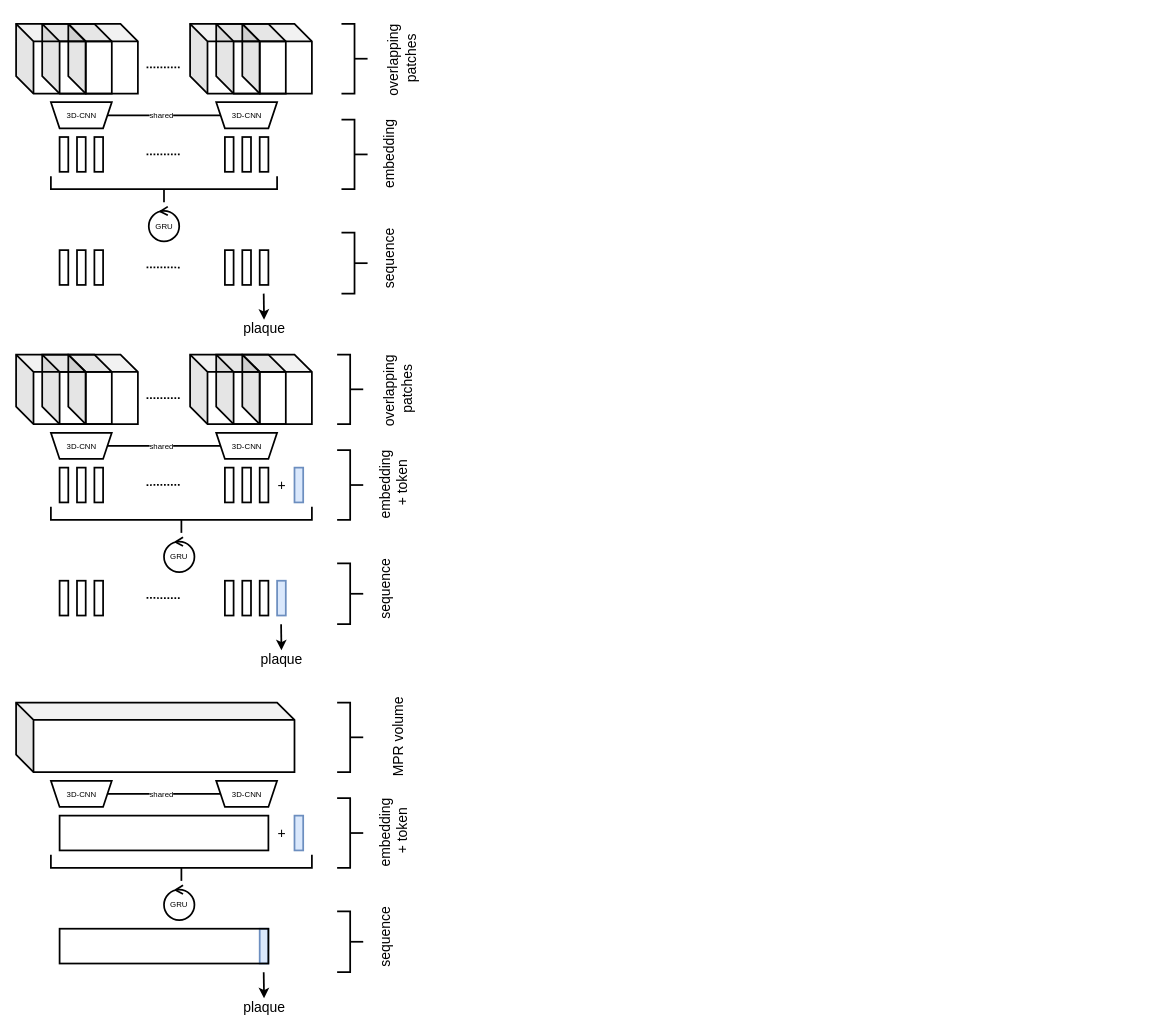
This is Plaque.drawio from marioviti/Graphs, a draw.io file, before an edit. Source tidied: cells renumbered, new cells numbered last; positions are measured from the earlier drawing's top-left corner, leaving out a move shared by most shapes. Both pictures are drawn from the tidied source at 87%, with x=0, y=0 at pixel (16, 23).
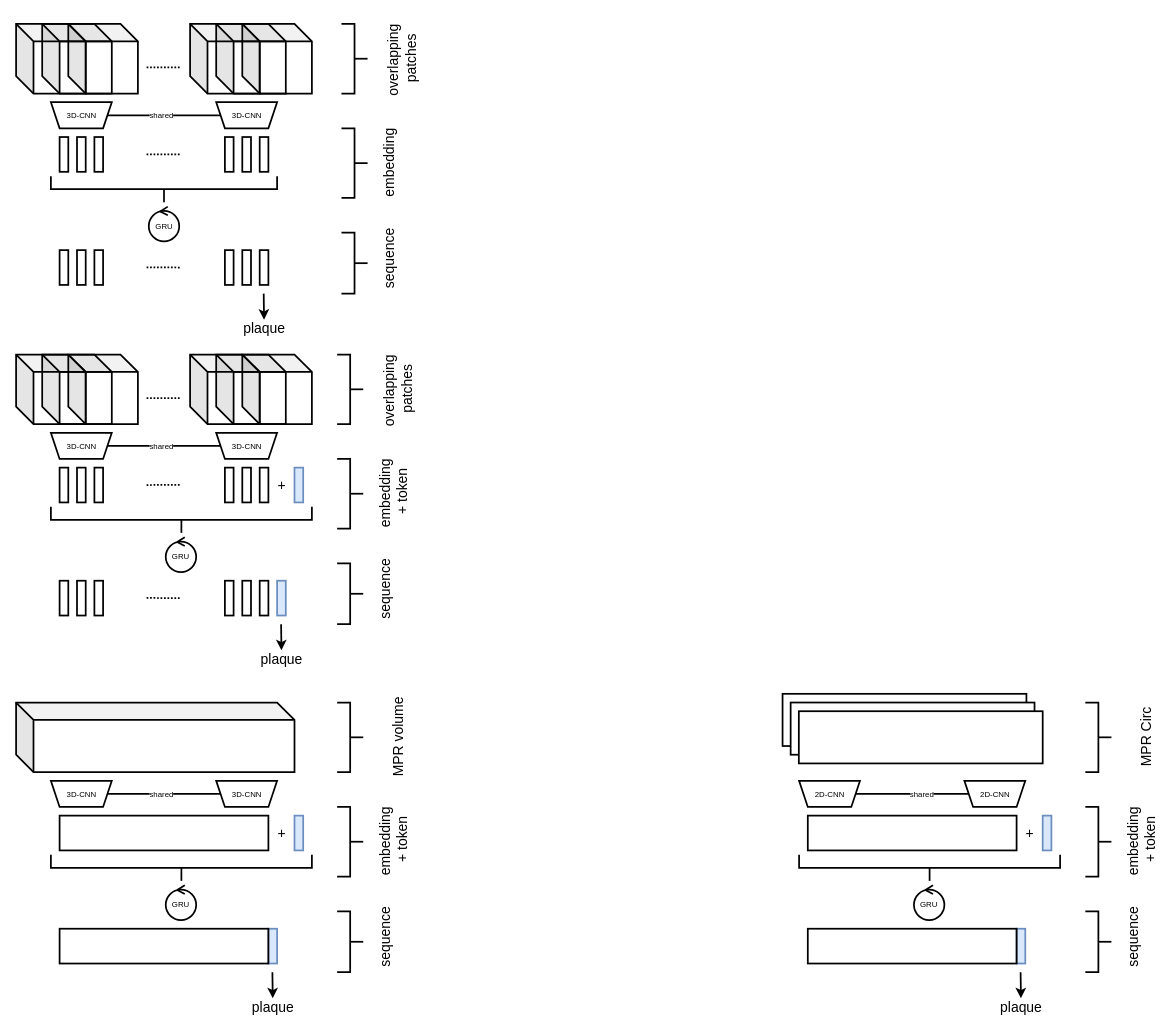
The same diagram, later.

Diff of the diagram source:
```diff
@@
     <mxCell id="19" value="GRU" style="ellipse;shape=umlControl;whiteSpace=wrap;html=1;fillColor=none;fontSize=9;strokeWidth=2;" parent="1" vertex="1">
-      <mxGeometry x="170" y="590" width="35" height="40" as="geometry" />
+      <mxGeometry x="172" y="590" width="35" height="40" as="geometry" />
     </mxCell>
@@
     <mxCell id="79" value="GRU" style="ellipse;shape=umlControl;whiteSpace=wrap;html=1;fillColor=none;fontSize=9;strokeWidth=2;" parent="1" vertex="1">
-      <mxGeometry x="170" y="990" width="35" height="40" as="geometry" />
+      <mxGeometry x="172" y="990" width="35" height="40" as="geometry" />
     </mxCell>
@@
     <mxCell id="84" value="plaque" style="text;html=1;align=center;verticalAlign=middle;strokeColor=none;fillColor=none;fontSize=16;" parent="1" vertex="1">
-      <mxGeometry x="255" y="1120" width="60" height="20" as="geometry" />
+      <mxGeometry x="265" y="1120" width="60" height="20" as="geometry" />
     </mxCell>
     <mxCell id="85" style="endArrow=classic;html=1;rounded=0;fontSize=16;strokeColor=#000000;strokeWidth=2;entryX=0.5;entryY=0;entryDx=0;entryDy=0;entryPerimeter=0;" parent="1" edge="1">
       <mxGeometry relative="1" as="geometry">
-        <mxPoint x="284.6" y="1090" as="sourcePoint" />
-        <mxPoint x="285" y="1120" as="targetPoint" />
+        <mxPoint x="294.6" y="1090" as="sourcePoint" />
+        <mxPoint x="295" y="1120" as="targetPoint" />
       </mxGeometry>
     </mxCell>
@@
     <mxCell id="87" style="rounded=0;whiteSpace=wrap;html=1;fillColor=#dae8fc;strokeWidth=2;strokeColor=#6c8ebf;" parent="1" vertex="1">
-      <mxGeometry x="280" y="1040" width="10" height="40" as="geometry" />
+      <mxGeometry x="290" y="1040" width="10" height="40" as="geometry" />
     </mxCell>
@@
     <mxCell id="91" value="embedding&lt;br&gt;&amp;nbsp;+ token" style="text;html=1;align=center;verticalAlign=middle;strokeColor=none;fillColor=none;fontSize=16;rotation=-90;" parent="1" vertex="1">
-      <mxGeometry x="389" y="510" width="90" height="40" as="geometry" />
+      <mxGeometry x="389" y="520" width="90" height="40" as="geometry" />
     </mxCell>
@@
     <mxCell id="94" style="strokeWidth=2;html=1;shape=mxgraph.flowchart.annotation_2;align=left;labelPosition=right;fontSize=16;fillColor=none;rotation=-180;" parent="1" vertex="1">
-      <mxGeometry x="369" y="490" width="30" height="80" as="geometry" />
+      <mxGeometry x="369" y="500" width="30" height="80" as="geometry" />
     </mxCell>
@@
     <mxCell id="97" value="embedding&lt;br&gt;&amp;nbsp;" style="text;html=1;align=center;verticalAlign=middle;strokeColor=none;fillColor=none;fontSize=16;rotation=-90;" parent="1" vertex="1">
-      <mxGeometry x="394" y="130" width="90" height="40" as="geometry" />
+      <mxGeometry x="394" y="140" width="90" height="40" as="geometry" />
     </mxCell>
@@
     <mxCell id="100" style="strokeWidth=2;html=1;shape=mxgraph.flowchart.annotation_2;align=left;labelPosition=right;fontSize=16;fillColor=none;rotation=-180;" parent="1" vertex="1">
-      <mxGeometry x="374" y="110" width="30" height="80" as="geometry" />
+      <mxGeometry x="374" y="120" width="30" height="80" as="geometry" />
     </mxCell>
@@
     <mxCell id="103" value="embedding&lt;br&gt;&amp;nbsp;+ token" style="text;html=1;align=center;verticalAlign=middle;strokeColor=none;fillColor=none;fontSize=16;rotation=-90;" parent="1" vertex="1">
-      <mxGeometry x="389" y="910" width="90" height="40" as="geometry" />
+      <mxGeometry x="389" y="920" width="90" height="40" as="geometry" />
     </mxCell>
@@
     <mxCell id="106" style="strokeWidth=2;html=1;shape=mxgraph.flowchart.annotation_2;align=left;labelPosition=right;fontSize=16;fillColor=none;rotation=-180;" parent="1" vertex="1">
-      <mxGeometry x="369" y="890" width="30" height="80" as="geometry" />
+      <mxGeometry x="369" y="900" width="30" height="80" as="geometry" />
     </mxCell>
@@
+    <mxCell id="108" style="group;fontSize=9;strokeWidth=2;" parent="1" vertex="1">
+      <mxGeometry x="900" y="870" width="80" height="30" as="geometry" />
+    </mxCell>
+    <mxCell id="109" style="shape=trapezoid;perimeter=trapezoidPerimeter;whiteSpace=wrap;html=1;fixedSize=1;fillColor=none;rotation=-180;size=10;strokeWidth=2;" parent="108" vertex="1">
+      <mxGeometry width="70" height="30" as="geometry" />
+    </mxCell>
+    <mxCell id="110" value="&lt;font style=&quot;font-size: 9px&quot;&gt;2D-CNN&lt;/font&gt;" style="text;html=1;align=center;verticalAlign=middle;strokeColor=none;fillColor=none;" parent="108" vertex="1">
+      <mxGeometry x="10" y="5" width="50" height="20" as="geometry" />
+    </mxCell>
+    <mxCell id="111" style="group;fontSize=9;strokeWidth=2;" parent="1" vertex="1">
+      <mxGeometry x="1090" y="870" width="70" height="30" as="geometry" />
+    </mxCell>
+    <mxCell id="112" style="shape=trapezoid;perimeter=trapezoidPerimeter;whiteSpace=wrap;html=1;fixedSize=1;fillColor=none;rotation=-180;size=10;strokeWidth=2;" parent="111" vertex="1">
+      <mxGeometry width="70" height="30" as="geometry" />
+    </mxCell>
+    <mxCell id="113" value="&lt;font style=&quot;font-size: 9px&quot;&gt;2D-CNN&lt;/font&gt;" style="text;html=1;align=center;verticalAlign=middle;strokeColor=none;fillColor=none;" parent="111" vertex="1">
+      <mxGeometry x="10.1" y="5" width="50" height="20" as="geometry" />
+    </mxCell>
+    <mxCell id="114" value="GRU" style="ellipse;shape=umlControl;whiteSpace=wrap;html=1;fillColor=none;fontSize=9;strokeWidth=2;" parent="1" vertex="1">
+      <mxGeometry x="1032" y="990" width="35" height="40" as="geometry" />
+    </mxCell>
+    <mxCell id="115" style="rounded=0;whiteSpace=wrap;html=1;fillColor=none;strokeWidth=2;" parent="1" vertex="1">
+      <mxGeometry x="910" y="910" width="240" height="40" as="geometry" />
+    </mxCell>
+    <mxCell id="116" style="edgeStyle=orthogonalEdgeStyle;rounded=0;jettySize=auto;html=1;exitX=0;exitY=0.5;exitDx=0;exitDy=0;entryX=1;entryY=0.5;entryDx=0;entryDy=0;fontSize=9;endArrow=none;endFill=0;strokeWidth=2;" parent="1" edge="1" source="109" target="112">
+      <mxGeometry relative="1" as="geometry" />
+    </mxCell>
+    <mxCell id="117" value="shared" style="edgeLabel;html=1;align=center;verticalAlign=middle;fontSize=9;" parent="116" vertex="1">
+      <mxGeometry x="-0.3" y="2" relative="1" as="geometry">
+        <mxPoint x="29" y="2" as="offset" />
+      </mxGeometry>
+    </mxCell>
+    <mxCell id="118" style="strokeWidth=2;html=1;shape=mxgraph.flowchart.annotation_2;align=left;labelPosition=right;fontSize=16;fillColor=none;rotation=-90;" parent="1" vertex="1">
+      <mxGeometry x="1035" y="820" width="30" height="300" as="geometry" />
+    </mxCell>
+    <mxCell id="119" value="plaque" style="text;html=1;align=center;verticalAlign=middle;strokeColor=none;fillColor=none;fontSize=16;" parent="1" vertex="1">
+      <mxGeometry x="1125" y="1120" width="60" height="20" as="geometry" />
+    </mxCell>
+    <mxCell id="120" style="endArrow=classic;html=1;rounded=0;fontSize=16;strokeColor=#000000;strokeWidth=2;entryX=0.5;entryY=0;entryDx=0;entryDy=0;entryPerimeter=0;" parent="1" edge="1">
+      <mxGeometry relative="1" as="geometry">
+        <mxPoint x="1154.6" y="1090" as="sourcePoint" />
+        <mxPoint x="1155" y="1120" as="targetPoint" />
+      </mxGeometry>
+    </mxCell>
+    <mxCell id="121" value="+" style="text;html=1;align=center;verticalAlign=middle;strokeColor=none;fillColor=none;fontSize=16;" parent="1" vertex="1">
+      <mxGeometry x="1150" y="920" width="30" height="20" as="geometry" />
+    </mxCell>
+    <mxCell id="122" style="rounded=0;whiteSpace=wrap;html=1;fillColor=#dae8fc;strokeWidth=2;strokeColor=#6c8ebf;" parent="1" vertex="1">
+      <mxGeometry x="1150" y="1040" width="10" height="40" as="geometry" />
+    </mxCell>
+    <mxCell id="123" style="rounded=0;whiteSpace=wrap;html=1;fillColor=none;strokeWidth=2;" parent="1" vertex="1">
+      <mxGeometry x="910" y="1040" width="240" height="40" as="geometry" />
+    </mxCell>
+    <mxCell id="124" style="rounded=0;whiteSpace=wrap;html=1;fillColor=#dae8fc;strokeWidth=2;strokeColor=#6c8ebf;" parent="1" vertex="1">
+      <mxGeometry x="1180" y="910" width="10" height="40" as="geometry" />
+    </mxCell>
+    <mxCell id="125" value="MPR Circ" style="text;html=1;align=center;verticalAlign=middle;strokeColor=none;fillColor=none;fontSize=16;rotation=-90;" parent="1" vertex="1">
+      <mxGeometry x="1259" y="810" width="80" height="20" as="geometry" />
+    </mxCell>
+    <mxCell id="126" value="embedding&lt;br&gt;&amp;nbsp;+ token" style="text;html=1;align=center;verticalAlign=middle;strokeColor=none;fillColor=none;fontSize=16;rotation=-90;" parent="1" vertex="1">
+      <mxGeometry x="1249" y="920" width="90" height="40" as="geometry" />
+    </mxCell>
+    <mxCell id="127" value="sequence" style="text;html=1;align=center;verticalAlign=middle;strokeColor=none;fillColor=none;fontSize=16;rotation=-90;" parent="1" vertex="1">
+      <mxGeometry x="1239" y="1040" width="90" height="20" as="geometry" />
+    </mxCell>
+    <mxCell id="128" style="strokeWidth=2;html=1;shape=mxgraph.flowchart.annotation_2;align=left;labelPosition=right;fontSize=16;fillColor=none;rotation=-180;" parent="1" vertex="1">
+      <mxGeometry x="1229" y="780" width="30" height="80" as="geometry" />
+    </mxCell>
+    <mxCell id="129" style="strokeWidth=2;html=1;shape=mxgraph.flowchart.annotation_2;align=left;labelPosition=right;fontSize=16;fillColor=none;rotation=-180;" parent="1" vertex="1">
+      <mxGeometry x="1229" y="900" width="30" height="80" as="geometry" />
+    </mxCell>
+    <mxCell id="130" style="strokeWidth=2;html=1;shape=mxgraph.flowchart.annotation_2;align=left;labelPosition=right;fontSize=16;fillColor=none;rotation=-180;" parent="1" vertex="1">
+      <mxGeometry x="1229" y="1020" width="30" height="70" as="geometry" />
+    </mxCell>
+    <mxCell id="131" style="group;" parent="1" vertex="1">
+      <mxGeometry x="881" y="770" width="299" height="80" as="geometry" />
+    </mxCell>
+    <mxCell id="132" style="rounded=0;whiteSpace=wrap;html=1;fontSize=10;strokeColor=#000000;strokeWidth=2;fillColor=none;" parent="131" vertex="1">
+      <mxGeometry width="280.3" height="60" as="geometry" />
+    </mxCell>
+    <mxCell id="133" style="rounded=0;whiteSpace=wrap;html=1;fontSize=10;strokeWidth=2;" parent="131" vertex="1">
+      <mxGeometry x="9.3" y="10" width="280.3" height="60" as="geometry" />
+    </mxCell>
+    <mxCell id="134" style="rounded=0;whiteSpace=wrap;html=1;fontSize=10;strokeWidth=2;" parent="131" vertex="1">
+      <mxGeometry x="18.7" y="20" width="280.3" height="60" as="geometry" />
+    </mxCell>
```
